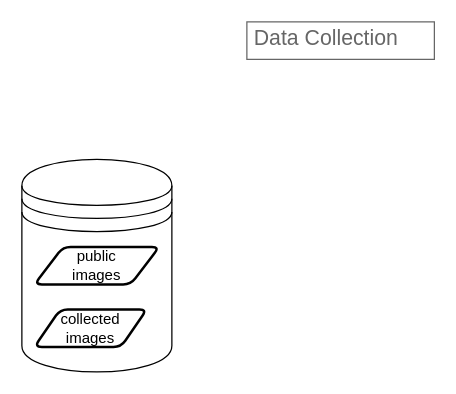
Before: Untitled Diagram.drawio in MC2114/lyft-etl-pipeline-data-engineering, a draw.io diagram. Source tidied: cells renumbered, new cells numbered last; positions are measured from the earlier drawing's top-left corner, leaving out a move shared by most shapes. Both pictures are drawn from the tidied source at 125%, with x=0, y=0 at pixel (21, 21).
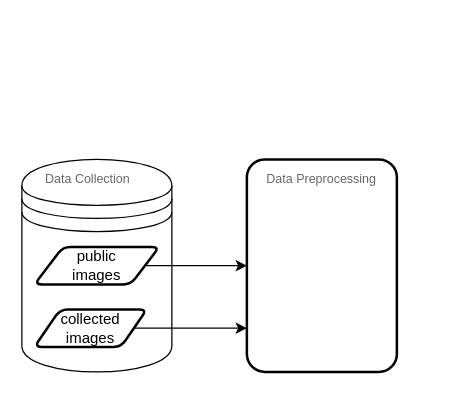
The same page after the edit.

What changed in the source:
```diff
@@
 <mxGraphModel>
   <root>
     <mxCell id="0" />
     <mxCell id="1" parent="0" />
     <mxCell id="2" style="shape=datastore;whiteSpace=wrap;html=1;" parent="1" vertex="1">
       <mxGeometry y="110" width="120" height="170" as="geometry" />
     </mxCell>
+    <mxCell id="6" style="edgeStyle=orthogonalEdgeStyle;rounded=0;jettySize=auto;html=1;" parent="1" edge="1" source="3" target="8">
+      <mxGeometry relative="1" as="geometry" />
+    </mxCell>
     <mxCell id="3" value="public&lt;div&gt;images&lt;/div&gt;" style="shape=parallelogram;html=1;strokeWidth=2;perimeter=parallelogramPerimeter;whiteSpace=wrap;rounded=1;arcSize=12;size=0.23;" parent="1" vertex="1">
       <mxGeometry x="10" y="180" width="100" height="30" as="geometry" />
     </mxCell>
+    <mxCell id="7" style="edgeStyle=orthogonalEdgeStyle;rounded=0;jettySize=auto;html=1;" parent="1" edge="1" source="4" target="8">
+      <mxGeometry relative="1" as="geometry">
+        <Array as="points">
+          <mxPoint x="160" y="245" />
+          <mxPoint x="160" y="245" />
+        </Array>
+      </mxGeometry>
+    </mxCell>
     <mxCell id="4" value="collected images" style="shape=parallelogram;html=1;strokeWidth=2;perimeter=parallelogramPerimeter;whiteSpace=wrap;rounded=1;arcSize=12;size=0.23;" parent="1" vertex="1">
       <mxGeometry x="10" y="230" width="90" height="30" as="geometry" />
     </mxCell>
-    <mxCell id="5" value="&lt;div style=&quot;text-align: justify;&quot;&gt;Data Collection&lt;/div&gt;" style="strokeWidth=1;shadow=0;dashed=0;align=center;html=1;shape=mxgraph.mockup.text.textBox;fontColor=#666666;align=left;fontSize=17;spacingLeft=4;spacingTop=-3;whiteSpace=wrap;strokeColor=#666666;mainText=;" parent="1" vertex="1">
-      <mxGeometry x="180" width="150" height="30" as="geometry" />
+    <mxCell id="5" value="&lt;div style=&quot;&quot;&gt;&lt;font style=&quot;font-size: 10px;&quot;&gt;Data Collection&lt;/font&gt;&lt;/div&gt;" style="strokeWidth=1;shadow=0;dashed=0;align=center;html=1;shape=mxgraph.mockup.text.textBox;fontColor=#666666;align=left;fontSize=17;spacingLeft=4;spacingTop=-3;whiteSpace=wrap;strokeColor=none;mainText=;" parent="1" vertex="1">
+      <mxGeometry x="12.5" y="120" width="95" height="10" as="geometry" />
     </mxCell>
+    <mxCell id="8" style="whiteSpace=wrap;html=1;strokeWidth=2;rounded=1;arcSize=12;" parent="1" vertex="1">
+      <mxGeometry x="180" y="110" width="120" height="170" as="geometry" />
+    </mxCell>
+    <mxCell id="9" value="&lt;div style=&quot;&quot;&gt;&lt;font style=&quot;font-size: 10px;&quot;&gt;Data Preprocessing&lt;/font&gt;&lt;/div&gt;" style="strokeWidth=1;shadow=0;dashed=0;align=center;html=1;shape=mxgraph.mockup.text.textBox;fontColor=#666666;align=left;fontSize=17;spacingLeft=4;spacingTop=-3;whiteSpace=wrap;strokeColor=none;mainText=;" parent="1" vertex="1">
+      <mxGeometry x="190" y="120" width="100" height="10" as="geometry" />
+    </mxCell>
   </root>
 </mxGraphModel>
```
